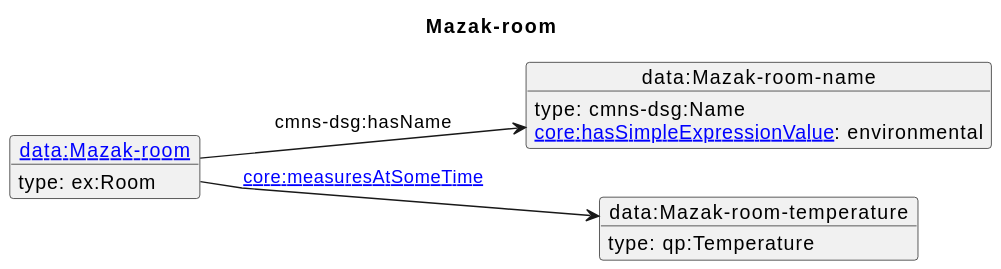
Before: diagrams/Mazak-room.svg, a diagram exported from PlantUML (iofoundry/example-syseng-mtconnect).
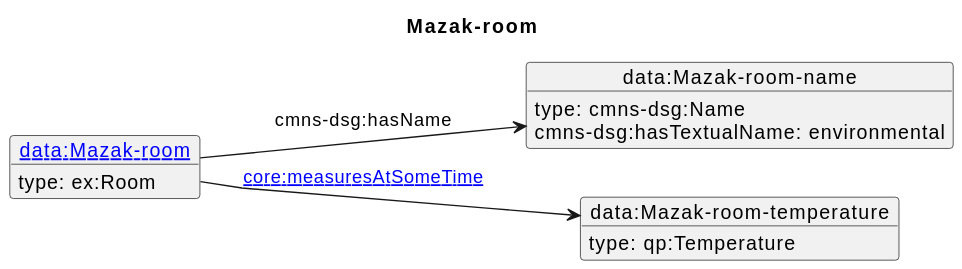
The same diagram one commit later.

Change to the diagram source:
```diff
@@ -12,6 +12,6 @@
  type: qp:Temperature
 }
 o1 --> o2 : cmns-dsg:hasName
-o2 : [[https://spec.industrialontologies.org/ontology/core/Core/hasSimpleExpressionValue core:hasSimpleExpressionValue]]: environmental
+o2 : cmns-dsg:hasTextualName: environmental
 o1 --> o3 : [[https://spec.industrialontologies.org/ontology/core/Core/measuresAtSomeTime core:measuresAtSomeTime]]
 @enduml
```
